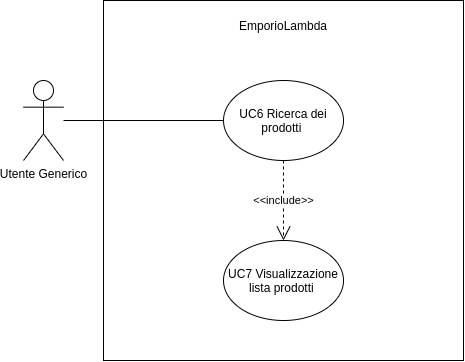
Above: Images/AnalisiRequisiti/UC06.png in techsweave/TechSWEaveDocumentation (draw.io), before the change. Source tidied: cells renumbered, new cells last; positions are measured from the earlier drawing's top-left corner, leaving out a move shared by most shapes.
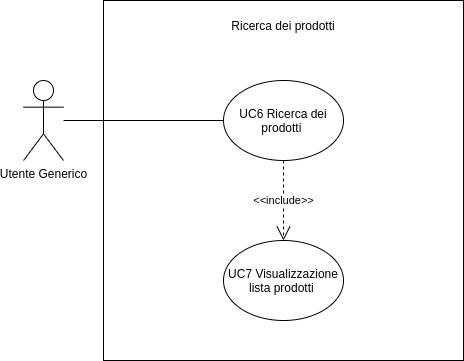
The same diagram one commit later.

Change to the diagram source:
```diff
@@ -11,7 +11,7 @@
     <mxCell id="4" value="Utente Generico&lt;br&gt;" style="shape=umlActor;verticalLabelPosition=bottom;verticalAlign=top;html=1;fillColor=none;" parent="1" vertex="1">
       <mxGeometry y="80" width="40" height="80" as="geometry" />
     </mxCell>
-    <mxCell id="5" value="EmporioLambda" style="text;html=1;strokeColor=none;fillColor=none;align=center;verticalAlign=middle;whiteSpace=wrap;rounded=0;" parent="1" vertex="1">
+    <mxCell id="5" value="Ricerca dei prodotti" style="text;html=1;strokeColor=none;fillColor=none;align=center;verticalAlign=middle;whiteSpace=wrap;rounded=0;" parent="1" vertex="1">
       <mxGeometry x="205" y="10" width="110" height="30" as="geometry" />
     </mxCell>
     <mxCell id="6" value="UC6 Ricerca dei prodotti&amp;nbsp;" style="ellipse;whiteSpace=wrap;html=1;fillColor=none;" parent="1" vertex="1">
```
